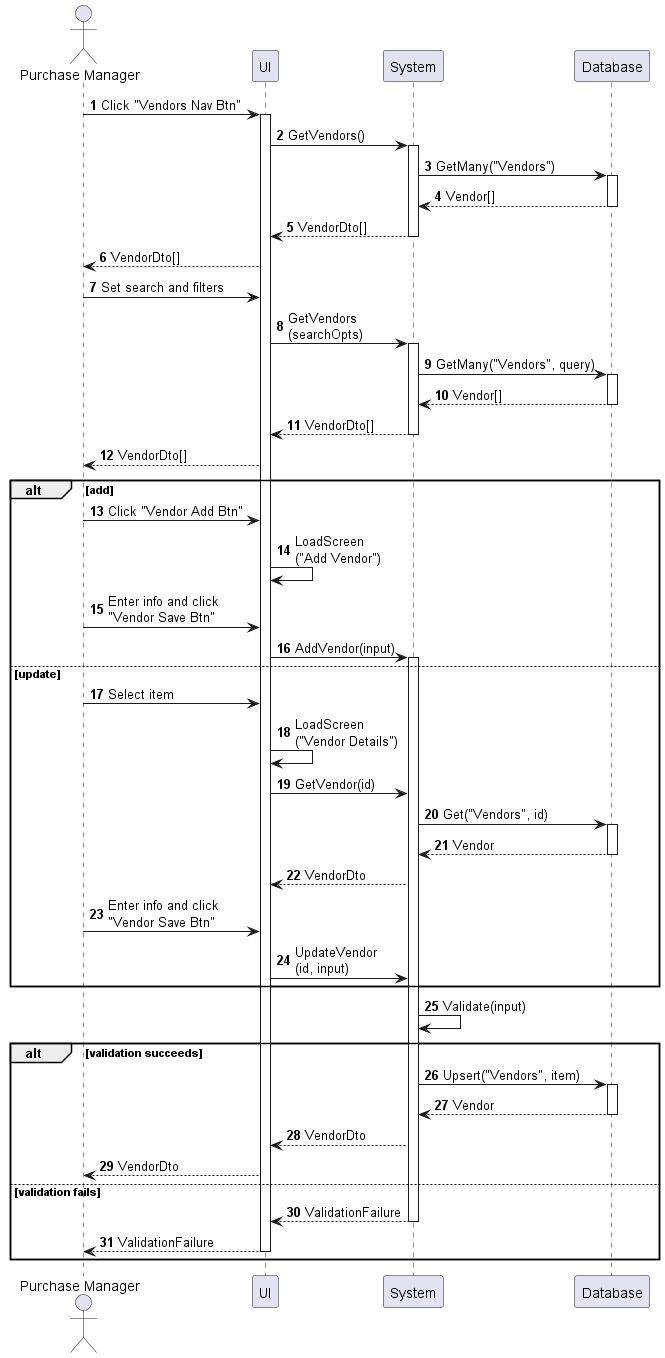
Above: sequences/vendor-enter.png in phihungha/scmss-reqs (PlantUML), before the change.
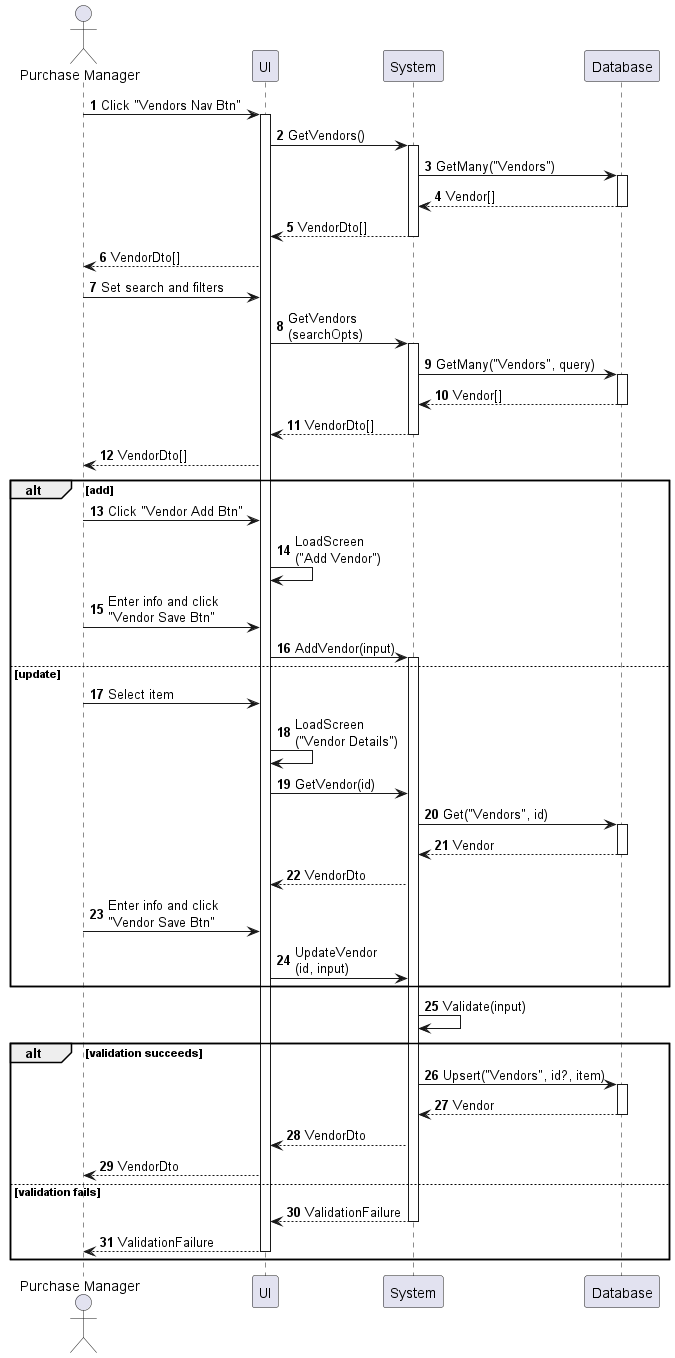
The same file after the commit.

Change to the diagram source:
```diff
@@ -45,7 +45,7 @@
 b -> b : Validate(input)
 
 alt validation succeeds
-    b -> d : Upsert("Vendors", item)
+    b -> d : Upsert("Vendors", id?, item)
     activate d
     return Vendor
     b --> f : VendorDto
```
